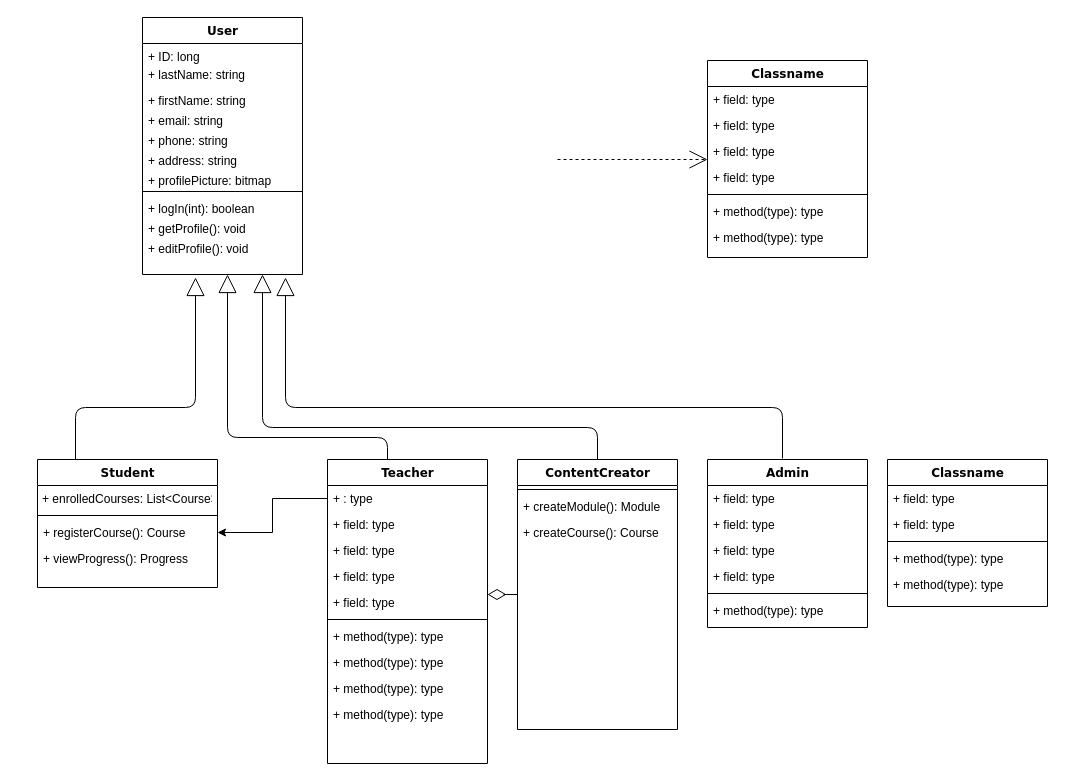
The draw.io diagram E-learning class Diagram.drawio in kingshowa/PFE_E-learning, before the edit. Source tidied: cells renumbered, new cells numbered last; positions are measured from the earlier drawing's top-left corner, leaving out a move shared by most shapes. Both pictures are drawn from the tidied source at 100%, with x=0, y=0 at pixel (37, 17).
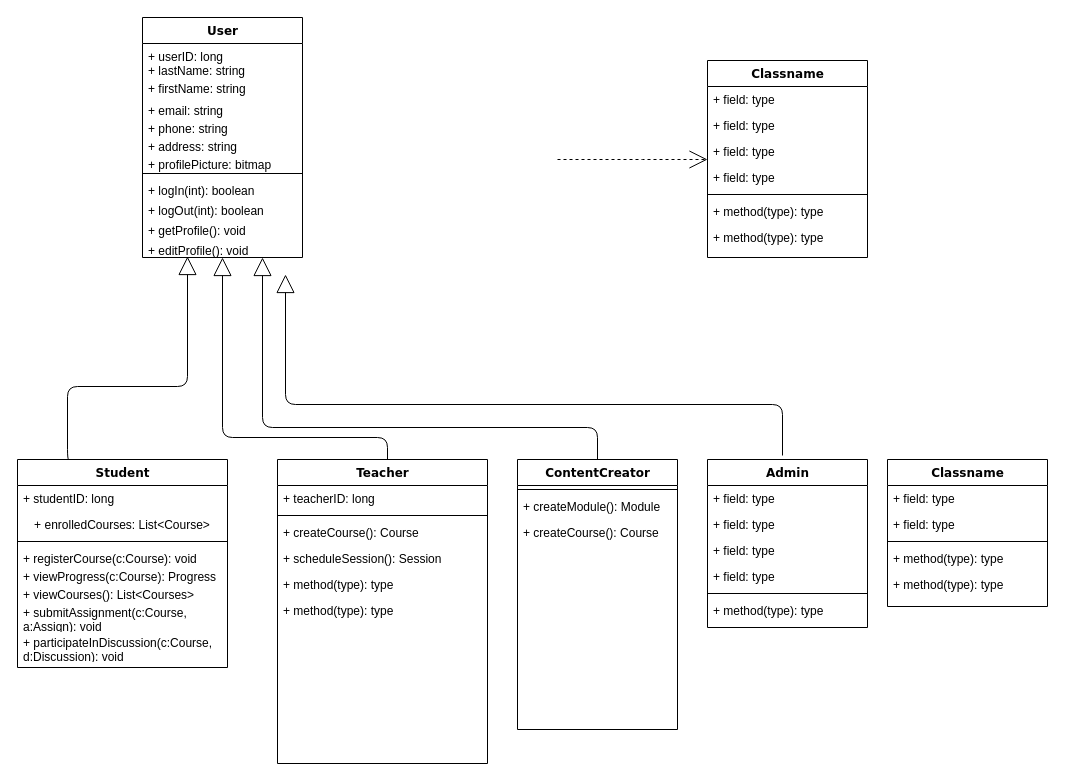
The same page after the edit.

The change refers to these unchanged cells:
```xml
<mxCell id="41" value="ContentCreator" style="swimlane;html=1;fontStyle=1;align=center;verticalAlign=top;horizontal=1;startSize=26;swimlaneFillColor=#ffffff;rounded=0;shadow=0;comic=0;labelBackgroundColor=none;strokeWidth=1;fillColor=none;fontFamily=Verdana;fontSize=12;" parent="1" vertex="1">
  <mxGeometry x="480" y="442" width="160" height="270" as="geometry" />
</mxCell>
```

Diff of the diagram source:
```diff
@@
     <mxCell id="2" value="User" style="swimlane;html=1;fontStyle=1;align=center;verticalAlign=top;horizontal=1;startSize=26;swimlaneFillColor=#ffffff;rounded=0;shadow=0;comic=0;labelBackgroundColor=none;strokeWidth=1;fillColor=none;fontFamily=Verdana;fontSize=12;" parent="1" vertex="1">
-      <mxGeometry x="105" width="160" height="257" as="geometry" />
+      <mxGeometry x="105" width="160" height="240" as="geometry" />
     </mxCell>
-    <mxCell id="3" value="+ ID: long" style="text;html=1;strokeColor=none;fillColor=none;align=left;verticalAlign=top;spacingLeft=4;spacingRight=4;whiteSpace=wrap;overflow=hidden;" parent="2" vertex="1">
+    <mxCell id="3" value="+ userID: long" style="text;html=1;strokeColor=none;fillColor=none;align=left;verticalAlign=top;spacingLeft=4;spacingRight=4;whiteSpace=wrap;overflow=hidden;" parent="2" vertex="1">
       <mxGeometry y="26" width="160" height="18" as="geometry" />
     </mxCell>
-    <mxCell id="4" value="+ lastName: string" style="text;html=1;strokeColor=none;fillColor=none;align=left;verticalAlign=top;spacingLeft=4;spacingRight=4;whiteSpace=wrap;overflow=hidden;" parent="2" vertex="1">
-      <mxGeometry y="44" width="160" height="26" as="geometry" />
+    <mxCell id="4" value="+ lastName: string" style="text;html=1;strokeColor=none;fillColor=none;align=left;verticalAlign=middle;spacingLeft=4;spacingRight=4;whiteSpace=wrap;overflow=hidden;" parent="2" vertex="1">
+      <mxGeometry y="44" width="160" height="18" as="geometry" />
     </mxCell>
-    <mxCell id="5" value="+ firstName: string" style="text;html=1;strokeColor=none;fillColor=none;align=left;verticalAlign=top;spacingLeft=4;spacingRight=4;whiteSpace=wrap;overflow=hidden;" parent="2" vertex="1">
-      <mxGeometry y="70" width="160" height="20" as="geometry" />
+    <mxCell id="5" value="+ firstName: string" style="text;html=1;strokeColor=none;fillColor=none;align=left;verticalAlign=middle;spacingLeft=4;spacingRight=4;whiteSpace=wrap;overflow=hidden;" parent="2" vertex="1">
+      <mxGeometry y="62" width="160" height="18" as="geometry" />
     </mxCell>
     <mxCell id="6" value="+ email: string" style="text;html=1;strokeColor=none;fillColor=none;align=left;verticalAlign=top;spacingLeft=4;spacingRight=4;whiteSpace=wrap;overflow=hidden;" parent="2" vertex="1">
-      <mxGeometry y="90" width="160" height="20" as="geometry" />
+      <mxGeometry y="80" width="160" height="18" as="geometry" />
     </mxCell>
     <mxCell id="7" value="+ phone: string" style="text;html=1;strokeColor=none;fillColor=none;align=left;verticalAlign=top;spacingLeft=4;spacingRight=4;whiteSpace=wrap;overflow=hidden;" parent="2" vertex="1">
-      <mxGeometry y="110" width="160" height="20" as="geometry" />
+      <mxGeometry y="98" width="160" height="18" as="geometry" />
     </mxCell>
     <mxCell id="8" value="+ address: string" style="text;html=1;strokeColor=none;fillColor=none;align=left;verticalAlign=top;spacingLeft=4;spacingRight=4;whiteSpace=wrap;overflow=hidden;" parent="2" vertex="1">
-      <mxGeometry y="130" width="160" height="20" as="geometry" />
+      <mxGeometry y="116" width="160" height="18" as="geometry" />
     </mxCell>
     <mxCell id="9" value="+ profilePicture: bitmap" style="text;html=1;strokeColor=none;fillColor=none;align=left;verticalAlign=top;spacingLeft=4;spacingRight=4;whiteSpace=wrap;overflow=hidden;" parent="2" vertex="1">
-      <mxGeometry y="150" width="160" height="20" as="geometry" />
+      <mxGeometry y="134" width="160" height="18" as="geometry" />
     </mxCell>
     <mxCell id="10" style="line;html=1;strokeWidth=1;fillColor=none;align=left;verticalAlign=middle;spacingTop=-1;spacingLeft=3;spacingRight=3;labelPosition=right;" parent="2" vertex="1">
-      <mxGeometry y="170" width="160" height="8" as="geometry" />
+      <mxGeometry y="152" width="160" height="8" as="geometry" />
     </mxCell>
+    <mxCell id="62" value="+ logIn(int): boolean" style="text;html=1;strokeColor=none;fillColor=none;align=left;verticalAlign=top;spacingLeft=4;spacingRight=4;whiteSpace=wrap;overflow=hidden;" parent="2" vertex="1">
+      <mxGeometry y="160" width="160" height="20" as="geometry" />
+    </mxCell>
-    <mxCell id="11" value="+ logIn(int): boolean" style="text;html=1;strokeColor=none;fillColor=none;align=left;verticalAlign=top;spacingLeft=4;spacingRight=4;whiteSpace=wrap;overflow=hidden;" parent="2" vertex="1">
-      <mxGeometry y="178" width="160" height="20" as="geometry" />
+    <mxCell id="11" value="+ logOut(int): boolean" style="text;html=1;strokeColor=none;fillColor=none;align=left;verticalAlign=top;spacingLeft=4;spacingRight=4;whiteSpace=wrap;overflow=hidden;" parent="2" vertex="1">
+      <mxGeometry y="180" width="160" height="20" as="geometry" />
     </mxCell>
     <mxCell id="12" value="+ getProfile(): void" style="text;html=1;strokeColor=none;fillColor=none;align=left;verticalAlign=top;spacingLeft=4;spacingRight=4;whiteSpace=wrap;overflow=hidden;" parent="2" vertex="1">
-      <mxGeometry y="198" width="160" height="20" as="geometry" />
+      <mxGeometry y="200" width="160" height="20" as="geometry" />
     </mxCell>
     <mxCell id="13" value="+ editProfile(): void" style="text;html=1;strokeColor=none;fillColor=none;align=left;verticalAlign=top;spacingLeft=4;spacingRight=4;whiteSpace=wrap;overflow=hidden;" parent="2" vertex="1">
-      <mxGeometry y="218" width="160" height="20" as="geometry" />
+      <mxGeometry y="220" width="160" height="20" as="geometry" />
     </mxCell>
+    <mxCell id="40" style="edgeStyle=orthogonalEdgeStyle;html=1;labelBackgroundColor=none;startFill=0;startSize=8;endArrow=block;endFill=0;endSize=16;fontFamily=Verdana;fontSize=12;exitX=0.25;exitY=0;exitDx=0;exitDy=0;" parent="2" edge="1" source="23">
+      <mxGeometry relative="1" as="geometry">
+        <mxPoint x="45" y="239" as="targetPoint" />
+        <Array as="points">
+          <mxPoint x="-75" y="369" />
+          <mxPoint x="45" y="369" />
+        </Array>
+      </mxGeometry>
+    </mxCell>
@@
     <mxCell id="23" value="Student" style="swimlane;html=1;fontStyle=1;align=center;verticalAlign=top;horizontal=1;startSize=26;swimlaneFillColor=#ffffff;rounded=0;shadow=0;comic=0;labelBackgroundColor=none;strokeWidth=1;fillColor=none;fontFamily=Verdana;fontSize=12;" parent="1" vertex="1">
-      <mxGeometry y="442" width="180" height="128" as="geometry" />
+      <mxGeometry x="-20" y="442" width="210" height="208" as="geometry" />
     </mxCell>
+    <mxCell id="31" value="+ studentID: long" style="text;html=1;strokeColor=none;fillColor=none;align=left;verticalAlign=top;spacingLeft=4;spacingRight=4;whiteSpace=wrap;overflow=hidden;" parent="23" vertex="1">
+      <mxGeometry y="26" width="210" height="26" as="geometry" />
+    </mxCell>
     <mxCell id="24" value="&lt;span style=&quot;font-size: 12px; white-space: pre; background-color: rgb(255, 255, 255);&quot;&gt;+ enrolledCourses: List&amp;lt;Course&amp;gt;&lt;/span&gt;" style="text;html=1;strokeColor=none;fillColor=none;align=center;verticalAlign=top;spacingLeft=4;spacingRight=4;whiteSpace=wrap;overflow=hidden;fontFamily=Helvetica;fontSize=12;" parent="23" vertex="1">
-      <mxGeometry y="26" width="180" height="26" as="geometry" />
+      <mxGeometry y="52" width="210" height="26" as="geometry" />
     </mxCell>
     <mxCell id="25" style="line;html=1;strokeWidth=1;fillColor=none;align=left;verticalAlign=middle;spacingTop=-1;spacingLeft=3;spacingRight=3;labelPosition=right;" parent="23" vertex="1">
-      <mxGeometry y="52" width="180" height="8" as="geometry" />
+      <mxGeometry y="78" width="210" height="8" as="geometry" />
     </mxCell>
-    <mxCell id="26" value="+ registerCourse(): Course" style="text;html=1;strokeColor=none;fillColor=none;align=left;verticalAlign=top;spacingLeft=4;spacingRight=4;whiteSpace=wrap;overflow=hidden;points=[[0,0.5],[1,0.5]];portConstraint=eastwest;" parent="23" vertex="1">
-      <mxGeometry y="60" width="180" height="26" as="geometry" />
+    <mxCell id="26" value="+ registerCourse(c:Course): void" style="text;html=1;strokeColor=none;fillColor=none;align=left;verticalAlign=top;spacingLeft=4;spacingRight=4;whiteSpace=wrap;overflow=hidden;points=[[0,0.5],[1,0.5]];portConstraint=eastwest;" parent="23" vertex="1">
+      <mxGeometry y="86" width="210" height="18" as="geometry" />
     </mxCell>
-    <mxCell id="27" value="+ viewProgress(): Progress" style="text;html=1;strokeColor=none;fillColor=none;align=left;verticalAlign=top;spacingLeft=4;spacingRight=4;whiteSpace=wrap;overflow=hidden;" parent="23" vertex="1">
-      <mxGeometry y="86" width="180" height="26" as="geometry" />
+    <mxCell id="27" value="+ viewProgress(c:Course): Progress" style="text;html=1;strokeColor=none;fillColor=none;align=left;verticalAlign=top;spacingLeft=4;spacingRight=4;whiteSpace=wrap;overflow=hidden;" parent="23" vertex="1">
+      <mxGeometry y="104" width="210" height="18" as="geometry" />
     </mxCell>
-    <mxCell id="28" style="edgeStyle=elbowEdgeStyle;html=1;labelBackgroundColor=none;startFill=0;startSize=8;endArrow=diamondThin;endFill=0;endSize=16;fontFamily=Verdana;fontSize=12;elbow=vertical;" parent="1" edge="1" source="41" target="29">
-      <mxGeometry relative="1" as="geometry" />
-    </mxCell>
+    <mxCell id="63" value="+ viewCourses(): List&amp;lt;Courses&amp;gt;" style="text;html=1;strokeColor=none;fillColor=none;align=left;verticalAlign=top;spacingLeft=4;spacingRight=4;whiteSpace=wrap;overflow=hidden;" parent="23" vertex="1">
+      <mxGeometry y="122" width="210" height="18" as="geometry" />
+    </mxCell>
+    <mxCell id="64" value="+ submitAssignment(c:Course, a:Assign): void" style="text;html=1;strokeColor=none;fillColor=none;align=left;verticalAlign=top;spacingLeft=4;spacingRight=4;whiteSpace=wrap;overflow=hidden;" parent="23" vertex="1">
+      <mxGeometry y="140" width="210" height="30" as="geometry" />
+    </mxCell>
+    <mxCell id="65" value="+ participateInDiscussion(c:Course, d:Discussion): void" style="text;html=1;strokeColor=none;fillColor=none;align=left;verticalAlign=top;spacingLeft=4;spacingRight=4;whiteSpace=wrap;overflow=hidden;" parent="23" vertex="1">
+      <mxGeometry y="170" width="210" height="30" as="geometry" />
+    </mxCell>
     <mxCell id="29" value="Teacher" style="swimlane;html=1;fontStyle=1;align=center;verticalAlign=top;horizontal=1;startSize=26;swimlaneFillColor=#ffffff;rounded=0;shadow=0;comic=0;labelBackgroundColor=none;strokeWidth=1;fillColor=none;fontFamily=Verdana;fontSize=12;" parent="1" vertex="1">
-      <mxGeometry x="290" y="442" width="160" height="304" as="geometry" />
+      <mxGeometry x="240" y="442" width="210" height="304" as="geometry" />
     </mxCell>
-    <mxCell id="30" value="+ : type" style="text;html=1;strokeColor=none;fillColor=none;align=left;verticalAlign=top;spacingLeft=4;spacingRight=4;whiteSpace=wrap;overflow=hidden;points=[[0,0.5],[1,0.5]];portConstraint=eastwest;" parent="29" vertex="1">
-      <mxGeometry y="26" width="160" height="26" as="geometry" />
+    <mxCell id="30" value="+ teacherID: long" style="text;html=1;strokeColor=none;fillColor=none;align=left;verticalAlign=top;spacingLeft=4;spacingRight=4;whiteSpace=wrap;overflow=hidden;points=[[0,0.5],[1,0.5]];portConstraint=eastwest;" parent="29" vertex="1">
+      <mxGeometry y="26" width="210" height="26" as="geometry" />
     </mxCell>
-    <mxCell id="31" value="+ field: type" style="text;html=1;strokeColor=none;fillColor=none;align=left;verticalAlign=top;spacingLeft=4;spacingRight=4;whiteSpace=wrap;overflow=hidden;" parent="29" vertex="1">
-      <mxGeometry y="52" width="160" height="26" as="geometry" />
-    </mxCell>
-    <mxCell id="32" value="+ field: type" style="text;html=1;strokeColor=none;fillColor=none;align=left;verticalAlign=top;spacingLeft=4;spacingRight=4;whiteSpace=wrap;overflow=hidden;" parent="29" vertex="1">
-      <mxGeometry y="78" width="160" height="26" as="geometry" />
-    </mxCell>
-    <mxCell id="33" value="+ field: type" style="text;html=1;strokeColor=none;fillColor=none;align=left;verticalAlign=top;spacingLeft=4;spacingRight=4;whiteSpace=wrap;overflow=hidden;" parent="29" vertex="1">
-      <mxGeometry y="104" width="160" height="26" as="geometry" />
-    </mxCell>
-    <mxCell id="34" value="+ field: type" style="text;html=1;strokeColor=none;fillColor=none;align=left;verticalAlign=top;spacingLeft=4;spacingRight=4;whiteSpace=wrap;overflow=hidden;" parent="29" vertex="1">
-      <mxGeometry y="130" width="160" height="26" as="geometry" />
-    </mxCell>
     <mxCell id="35" style="line;html=1;strokeWidth=1;fillColor=none;align=left;verticalAlign=middle;spacingTop=-1;spacingLeft=3;spacingRight=3;labelPosition=right;" parent="29" vertex="1">
-      <mxGeometry y="156" width="160" height="8" as="geometry" />
+      <mxGeometry y="52" width="210" height="8" as="geometry" />
     </mxCell>
-    <mxCell id="36" value="+ method(type): type" style="text;html=1;strokeColor=none;fillColor=none;align=left;verticalAlign=top;spacingLeft=4;spacingRight=4;whiteSpace=wrap;overflow=hidden;" parent="29" vertex="1">
-      <mxGeometry y="164" width="160" height="26" as="geometry" />
+    <mxCell id="36" value="+ createCourse(): Course" style="text;html=1;strokeColor=none;fillColor=none;align=left;verticalAlign=top;spacingLeft=4;spacingRight=4;whiteSpace=wrap;overflow=hidden;" parent="29" vertex="1">
+      <mxGeometry y="60" width="210" height="26" as="geometry" />
     </mxCell>
-    <mxCell id="37" value="+ method(type): type" style="text;html=1;strokeColor=none;fillColor=none;align=left;verticalAlign=top;spacingLeft=4;spacingRight=4;whiteSpace=wrap;overflow=hidden;" parent="29" vertex="1">
-      <mxGeometry y="190" width="160" height="26" as="geometry" />
+    <mxCell id="37" value="+ scheduleSession(): Session" style="text;html=1;strokeColor=none;fillColor=none;align=left;verticalAlign=top;spacingLeft=4;spacingRight=4;whiteSpace=wrap;overflow=hidden;" parent="29" vertex="1">
+      <mxGeometry y="86" width="210" height="26" as="geometry" />
     </mxCell>
     <mxCell id="38" value="+ method(type): type" style="text;html=1;strokeColor=none;fillColor=none;align=left;verticalAlign=top;spacingLeft=4;spacingRight=4;whiteSpace=wrap;overflow=hidden;" parent="29" vertex="1">
-      <mxGeometry y="216" width="160" height="26" as="geometry" />
+      <mxGeometry y="112" width="210" height="26" as="geometry" />
     </mxCell>
     <mxCell id="39" value="+ method(type): type" style="text;html=1;strokeColor=none;fillColor=none;align=left;verticalAlign=top;spacingLeft=4;spacingRight=4;whiteSpace=wrap;overflow=hidden;" parent="29" vertex="1">
-      <mxGeometry y="242" width="160" height="26" as="geometry" />
+      <mxGeometry y="138" width="210" height="26" as="geometry" />
     </mxCell>
-    <mxCell id="40" style="edgeStyle=orthogonalEdgeStyle;html=1;labelBackgroundColor=none;startFill=0;startSize=8;endArrow=block;endFill=0;endSize=16;fontFamily=Verdana;fontSize=12;exitX=0.278;exitY=0;exitDx=0;exitDy=0;exitPerimeter=0;" parent="1" edge="1">
-      <mxGeometry relative="1" as="geometry">
-        <mxPoint x="38" y="442" as="sourcePoint" />
-        <mxPoint x="158" y="260" as="targetPoint" />
-        <Array as="points">
-          <mxPoint x="38" y="390" />
-          <mxPoint x="158" y="390" />
-        </Array>
-      </mxGeometry>
-    </mxCell>
@@
-    <mxCell id="45" style="edgeStyle=orthogonalEdgeStyle;html=1;labelBackgroundColor=none;startFill=0;startSize=8;endArrow=block;endFill=0;endSize=16;fontFamily=Verdana;fontSize=12;exitX=0.5;exitY=0;exitDx=0;exitDy=0;" parent="1" edge="1">
+    <mxCell id="45" style="edgeStyle=orthogonalEdgeStyle;html=1;labelBackgroundColor=none;startFill=0;startSize=8;endArrow=block;endFill=0;endSize=16;fontFamily=Verdana;fontSize=12;exitX=0.5;exitY=0;exitDx=0;exitDy=0;" parent="1" edge="1" target="2">
       <mxGeometry relative="1" as="geometry">
         <mxPoint x="350" y="442" as="sourcePoint" />
-        <mxPoint x="190" y="257" as="targetPoint" />
         <Array as="points">
           <mxPoint x="350" y="420" />
-          <mxPoint x="190" y="420" />
-          <mxPoint x="190" y="257" />
+          <mxPoint x="185" y="420" />
         </Array>
       </mxGeometry>
     </mxCell>
@@
-    <mxCell id="53" style="edgeStyle=orthogonalEdgeStyle;html=1;labelBackgroundColor=none;startFill=0;startSize=8;endArrow=block;endFill=0;endSize=16;fontFamily=Verdana;fontSize=12;exitX=0.419;exitY=-0.006;exitDx=0;exitDy=0;exitPerimeter=0;" parent="1" edge="1">
-      <mxGeometry relative="1" as="geometry">
-        <mxPoint x="745" y="441" as="sourcePoint" />
-        <mxPoint x="248" y="260" as="targetPoint" />
-        <Array as="points">
-          <mxPoint x="745" y="390" />
-          <mxPoint x="248" y="390" />
-        </Array>
-      </mxGeometry>
-    </mxCell>
@@
-    <mxCell id="61" style="edgeStyle=orthogonalEdgeStyle;rounded=0;jettySize=auto;html=1;" parent="1" edge="1" source="30" target="26">
-      <mxGeometry relative="1" as="geometry" />
-    </mxCell>
+    <mxCell id="53" style="edgeStyle=orthogonalEdgeStyle;html=1;labelBackgroundColor=none;startFill=0;startSize=8;endArrow=block;endFill=0;endSize=16;fontFamily=Verdana;fontSize=12;exitX=0.419;exitY=-0.006;exitDx=0;exitDy=0;exitPerimeter=0;" parent="1" edge="1">
+      <mxGeometry relative="1" as="geometry">
+        <mxPoint x="745" y="438" as="sourcePoint" />
+        <mxPoint x="248" y="257" as="targetPoint" />
+        <Array as="points">
+          <mxPoint x="745" y="387" />
+          <mxPoint x="248" y="387" />
+        </Array>
+      </mxGeometry>
+    </mxCell>
```
